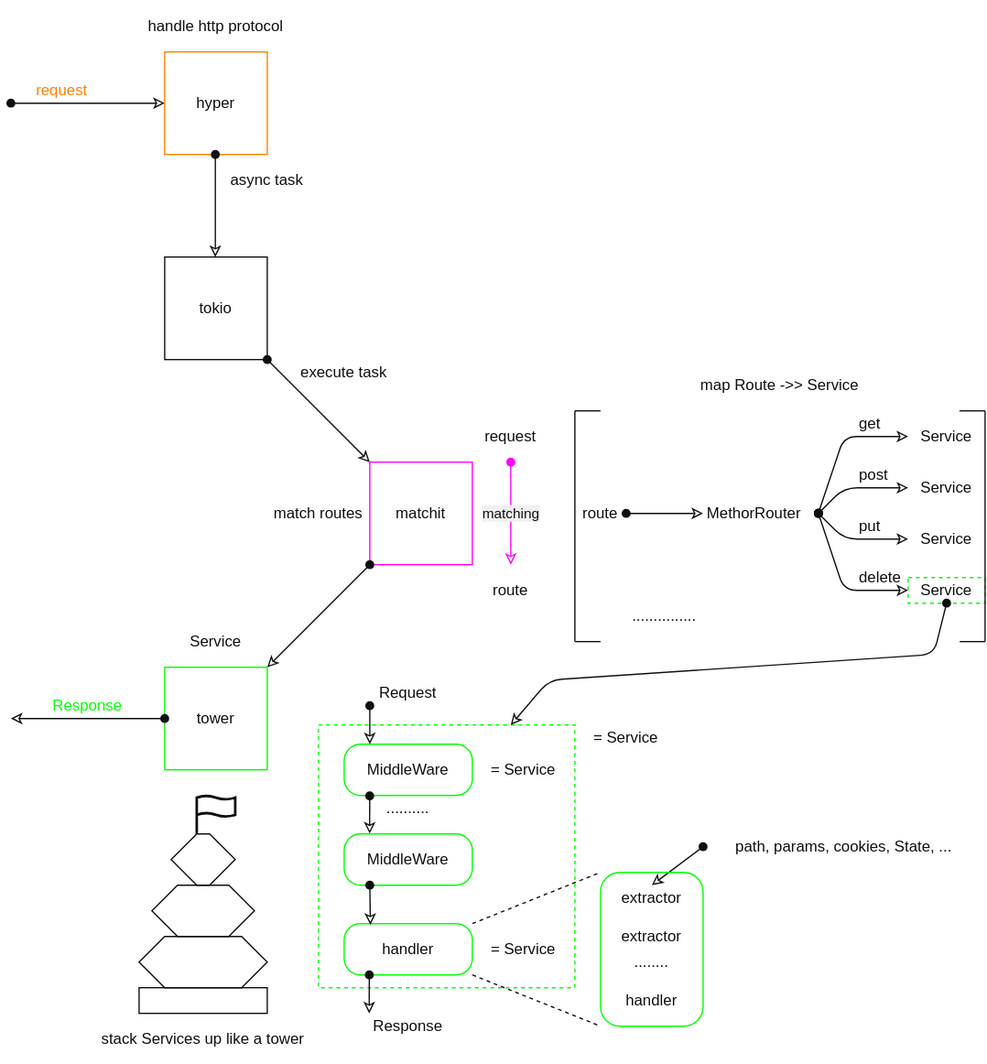
The draw.io diagram docs/rust/axum/images/big_infra.drawio.svg in htgithub194/self-study, before a commit. Source tidied: cells renumbered, new cells last; positions are measured from the earlier drawing's top-left corner, leaving out a move shared by most shapes.
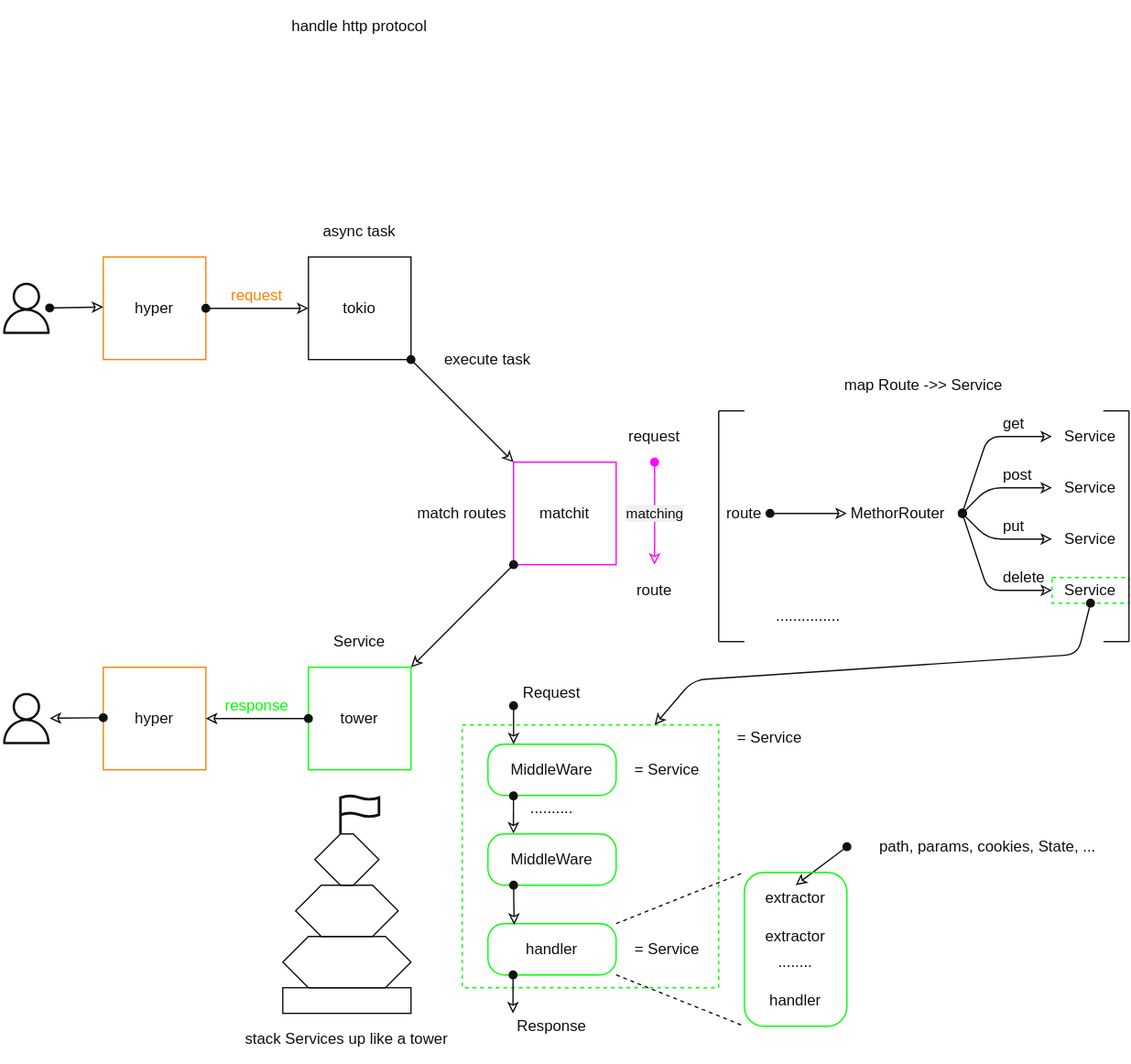
Later version of the same file.

The edit, as a diff of the source:
```diff
@@ -2,23 +2,21 @@
   <root>
     <mxCell id="0" />
     <mxCell id="1" parent="0" />
+    <mxCell id="6" value="hyper" style="rounded=0;whiteSpace=wrap;html=1;fontColor=light-dark(#0F0F0F,#F0F0F0);strokeColor=light-dark(#FF8000,#FF8000);fillColor=none;" parent="1" vertex="1">
+      <mxGeometry x="-40" y="200" width="80" height="80" as="geometry" />
+    </mxCell>
+    <mxCell id="78" value="hyper" style="rounded=0;whiteSpace=wrap;html=1;fontColor=light-dark(#0F0F0F,#F0F0F0);strokeColor=light-dark(#FF8000,#FF8000);fillColor=none;" parent="1" vertex="1">
+      <mxGeometry x="-40" y="520" width="80" height="80" as="geometry" />
+    </mxCell>
     <mxCell id="2" style="rounded=0;whiteSpace=wrap;html=1;strokeColor=light-dark(#00FF00,#00FF00);align=center;verticalAlign=middle;fontFamily=Helvetica;fontSize=12;fontColor=light-dark(#0F0F0F,#F0F0F0);fillColor=none;gradientColor=none;dashed=1;" parent="1" vertex="1">
       <mxGeometry x="240" y="565" width="200" height="205" as="geometry" />
     </mxCell>
     <mxCell id="3" style="rounded=1;whiteSpace=wrap;html=1;strokeColor=light-dark(#00FF00,#00FF00);align=center;verticalAlign=middle;fontFamily=Helvetica;fontSize=12;fontColor=light-dark(#0F0F0F,#F0F0F0);fillColor=none;gradientColor=none;arcSize=32;" parent="1" vertex="1">
       <mxGeometry x="260" y="720" width="100" height="40" as="geometry" />
     </mxCell>
-    <mxCell id="4" style="edgeStyle=none;html=1;fontColor=light-dark(#0F0F0F,#F0F0F0);strokeColor=light-dark(#0F0F0F,#F0F0F0);startArrow=oval;startFill=1;endArrow=classic;endFill=0;exitX=0;exitY=1;exitDx=0;exitDy=0;" parent="1" edge="1" source="5">
-      <mxGeometry relative="1" as="geometry">
-        <mxPoint x="120" y="80" as="targetPoint" />
-      </mxGeometry>
+    <mxCell id="4" style="edgeStyle=none;html=1;fontColor=light-dark(#0F0F0F,#F0F0F0);strokeColor=light-dark(#0F0F0F,#F0F0F0);startArrow=oval;startFill=1;endArrow=classic;endFill=0;exitX=1;exitY=0.5;exitDx=0;exitDy=0;entryX=0;entryY=0.5;entryDx=0;entryDy=0;" parent="1" edge="1" source="6" target="22">
+      <mxGeometry relative="1" as="geometry" />
     </mxCell>
-    <mxCell id="5" value="request" style="text;html=1;align=center;verticalAlign=middle;whiteSpace=wrap;rounded=0;fontColor=light-dark(#FF8000,#FF8000);strokeColor=none;" parent="1" vertex="1">
-      <mxGeometry y="60" width="80" height="20" as="geometry" />
-    </mxCell>
-    <mxCell id="6" value="hyper" style="rounded=0;whiteSpace=wrap;html=1;fontColor=light-dark(#0F0F0F,#F0F0F0);strokeColor=light-dark(#FF8000,#FF8000);fillColor=none;" parent="1" vertex="1">
-      <mxGeometry x="120" y="40" width="80" height="80" as="geometry" />
-    </mxCell>
     <mxCell id="7" style="edgeStyle=none;html=1;fontColor=light-dark(#0F0F0F,#F0F0F0);strokeColor=light-dark(#0F0F0F,#F0F0F0);startArrow=oval;startFill=1;endArrow=classic;endFill=0;entryX=0;entryY=0;entryDx=0;entryDy=0;" parent="1" edge="1" target="8">
       <mxGeometry relative="1" as="geometry">
         <mxPoint x="200" y="280" as="sourcePoint" />
@@ -42,15 +40,9 @@
     <mxCell id="13" value="Service" style="text;html=1;align=center;verticalAlign=middle;whiteSpace=wrap;rounded=0;fontColor=light-dark(#0F0F0F,#F0F0F0);strokeColor=none;" parent="1" vertex="1">
       <mxGeometry x="120" y="480" width="80" height="40" as="geometry" />
     </mxCell>
-    <mxCell id="14" style="edgeStyle=none;html=1;fontColor=light-dark(#0F0F0F,#F0F0F0);strokeColor=light-dark(#0F0F0F,#F0F0F0);startArrow=oval;startFill=1;endArrow=classic;endFill=0;" parent="1" edge="1">
-      <mxGeometry relative="1" as="geometry">
-        <mxPoint x="120" y="560" as="sourcePoint" />
-        <mxPoint y="560" as="targetPoint" />
-      </mxGeometry>
+    <mxCell id="14" style="edgeStyle=none;html=1;fontColor=light-dark(#0F0F0F,#F0F0F0);strokeColor=light-dark(#0F0F0F,#F0F0F0);startArrow=oval;startFill=1;endArrow=classic;endFill=0;entryX=1;entryY=0.5;entryDx=0;entryDy=0;exitX=0;exitY=0.5;exitDx=0;exitDy=0;" parent="1" edge="1" source="12" target="78">
+      <mxGeometry relative="1" as="geometry" />
     </mxCell>
-    <mxCell id="15" value="Response" style="text;html=1;align=center;verticalAlign=middle;whiteSpace=wrap;rounded=0;fontColor=light-dark(#00FF00,#00FF00);strokeColor=none;" parent="1" vertex="1">
-      <mxGeometry y="540" width="120" height="20" as="geometry" />
-    </mxCell>
     <mxCell id="16" value="MiddleWare" style="text;html=1;align=center;verticalAlign=middle;whiteSpace=wrap;rounded=0;fontColor=light-dark(#0F0F0F,#F0F0F0);strokeColor=none;" parent="1" vertex="1">
       <mxGeometry x="270" y="580" width="80" height="40" as="geometry" />
     </mxCell>
@@ -72,17 +64,11 @@
     <mxCell id="22" value="tokio" style="rounded=0;whiteSpace=wrap;html=1;fontColor=light-dark(#0F0F0F,#F0F0F0);strokeColor=light-dark(#0F0F0F,#F0F0F0);fillColor=none;" parent="1" vertex="1">
       <mxGeometry x="120" y="200" width="80" height="80" as="geometry" />
     </mxCell>
-    <mxCell id="23" style="edgeStyle=none;html=1;fontColor=light-dark(#0F0F0F,#F0F0F0);strokeColor=light-dark(#0F0F0F,#F0F0F0);startArrow=oval;startFill=1;endArrow=classic;endFill=0;" parent="1" edge="1">
-      <mxGeometry relative="1" as="geometry">
-        <mxPoint x="159.5" y="120" as="sourcePoint" />
-        <mxPoint x="159.5" y="200" as="targetPoint" />
-      </mxGeometry>
-    </mxCell>
     <mxCell id="24" value="execute task" style="text;html=1;align=center;verticalAlign=middle;whiteSpace=wrap;rounded=0;fontColor=light-dark(#0F0F0F,#F0F0F0);strokeColor=none;" parent="1" vertex="1">
-      <mxGeometry x="220" y="270" width="80" height="40" as="geometry" />
+      <mxGeometry x="220" y="260" width="80" height="40" as="geometry" />
     </mxCell>
     <mxCell id="25" value="async task" style="text;html=1;align=center;verticalAlign=middle;whiteSpace=wrap;rounded=0;fontColor=light-dark(#0F0F0F,#F0F0F0);strokeColor=none;" parent="1" vertex="1">
-      <mxGeometry x="160" y="120" width="80" height="40" as="geometry" />
+      <mxGeometry x="120" y="160" width="80" height="40" as="geometry" />
     </mxCell>
     <mxCell id="26" value="= Service" style="text;html=1;align=center;verticalAlign=middle;whiteSpace=wrap;rounded=0;fontColor=light-dark(#0F0F0F,#F0F0F0);strokeColor=none;" parent="1" vertex="1">
       <mxGeometry x="370" y="590" width="60" height="20" as="geometry" />
@@ -299,5 +285,27 @@
     <mxCell id="77" value="........" style="text;html=1;align=center;verticalAlign=middle;whiteSpace=wrap;rounded=0;fontColor=light-dark(#0F0F0F,#F0F0F0);strokeColor=none;" parent="72" vertex="1">
       <mxGeometry y="60" width="80" height="20" as="geometry" />
     </mxCell>
+    <mxCell id="79" style="edgeStyle=none;html=1;fontColor=light-dark(#0F0F0F,#F0F0F0);strokeColor=light-dark(#0F0F0F,#F0F0F0);startArrow=oval;startFill=1;endArrow=classic;endFill=0;" parent="1" edge="1" target="83">
+      <mxGeometry relative="1" as="geometry">
+        <mxPoint x="-40" y="559.4" as="sourcePoint" />
+      </mxGeometry>
+    </mxCell>
+    <mxCell id="80" style="edgeStyle=none;html=1;fontColor=light-dark(#0F0F0F,#F0F0F0);strokeColor=light-dark(#0F0F0F,#F0F0F0);startArrow=oval;startFill=1;endArrow=classic;endFill=0;entryX=0;entryY=0;entryDx=0;entryDy=0;" parent="1" edge="1" source="82">
+      <mxGeometry relative="1" as="geometry">
+        <mxPoint x="-40" y="239" as="targetPoint" />
+      </mxGeometry>
+    </mxCell>
+    <mxCell id="81" value="response" style="text;html=1;align=center;verticalAlign=middle;whiteSpace=wrap;rounded=0;fontColor=light-dark(#00FF00,#00FF00);strokeColor=none;" parent="1" vertex="1">
+      <mxGeometry x="40" y="540" width="80" height="20" as="geometry" />
+    </mxCell>
+    <mxCell id="5" value="request" style="text;html=1;align=center;verticalAlign=middle;whiteSpace=wrap;rounded=0;fontColor=light-dark(#FF8000,#FF8000);strokeColor=none;" parent="1" vertex="1">
+      <mxGeometry x="40" y="220" width="80" height="20" as="geometry" />
+    </mxCell>
+    <mxCell id="82" style="sketch=0;outlineConnect=0;fontColor=#232F3E;gradientColor=none;fillColor=light-dark(#0F0F0F,#F0F0F0);strokeColor=none;dashed=0;verticalLabelPosition=bottom;verticalAlign=top;align=center;html=1;fontSize=12;fontStyle=0;shape=mxgraph.aws4.user;" parent="1" vertex="1">
+      <mxGeometry x="-120" y="220" width="40" height="40" as="geometry" />
+    </mxCell>
+    <mxCell id="83" style="sketch=0;outlineConnect=0;fontColor=#232F3E;gradientColor=none;fillColor=light-dark(#0F0F0F,#F0F0F0);strokeColor=none;dashed=0;verticalLabelPosition=bottom;verticalAlign=top;align=center;html=1;fontSize=12;fontStyle=0;shape=mxgraph.aws4.user;" parent="1" vertex="1">
+      <mxGeometry x="-120" y="540" width="40" height="40" as="geometry" />
+    </mxCell>
   </root>
 </mxGraphModel>
```
